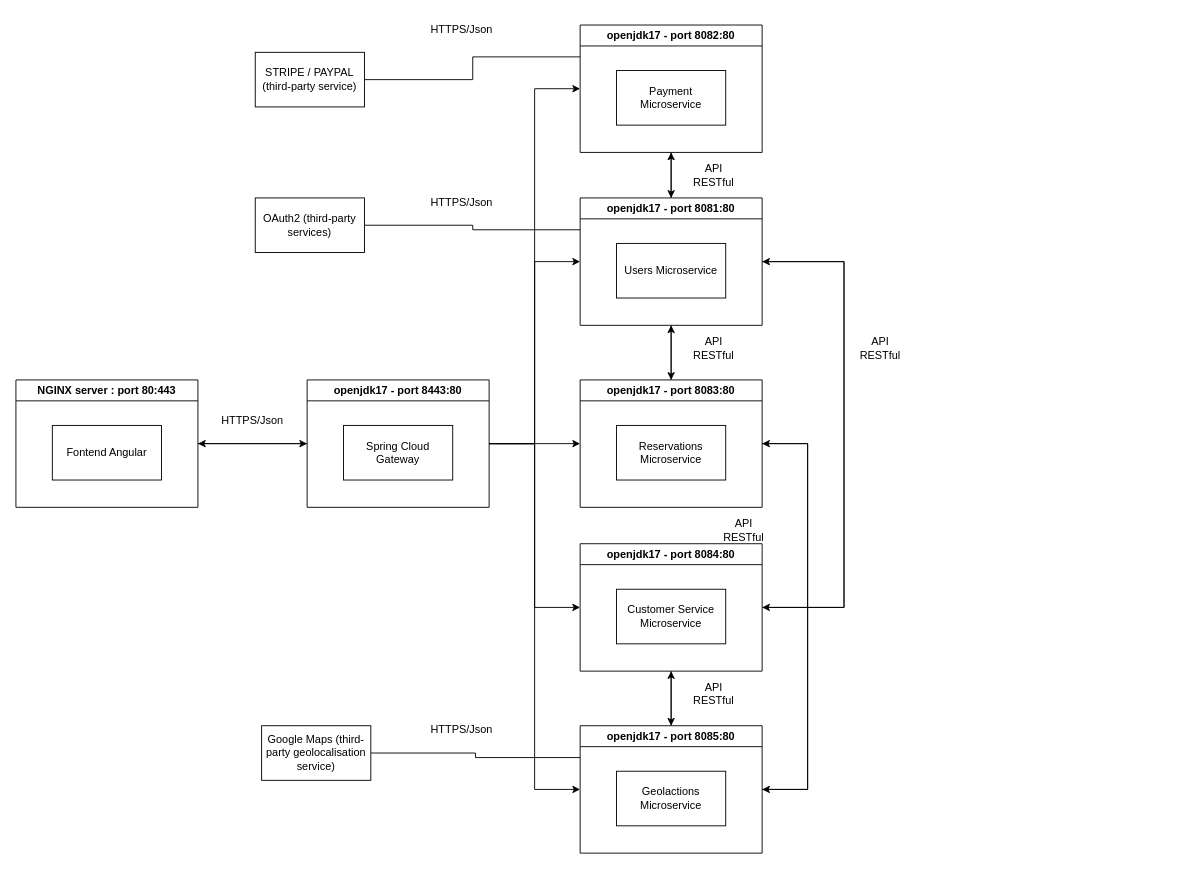
Earlier version of the draw.io diagram Diagramme_component_MS_archi.drawio (TBERT31/P13-YourCarYourWay_MessageApp_JavaAngular). Source tidied: cells renumbered, new cells numbered last; positions are measured from the earlier drawing's top-left corner, leaving out a move shared by most shapes. Both pictures are drawn from the tidied source at 91%, with x=0, y=0 at pixel (15, 15).
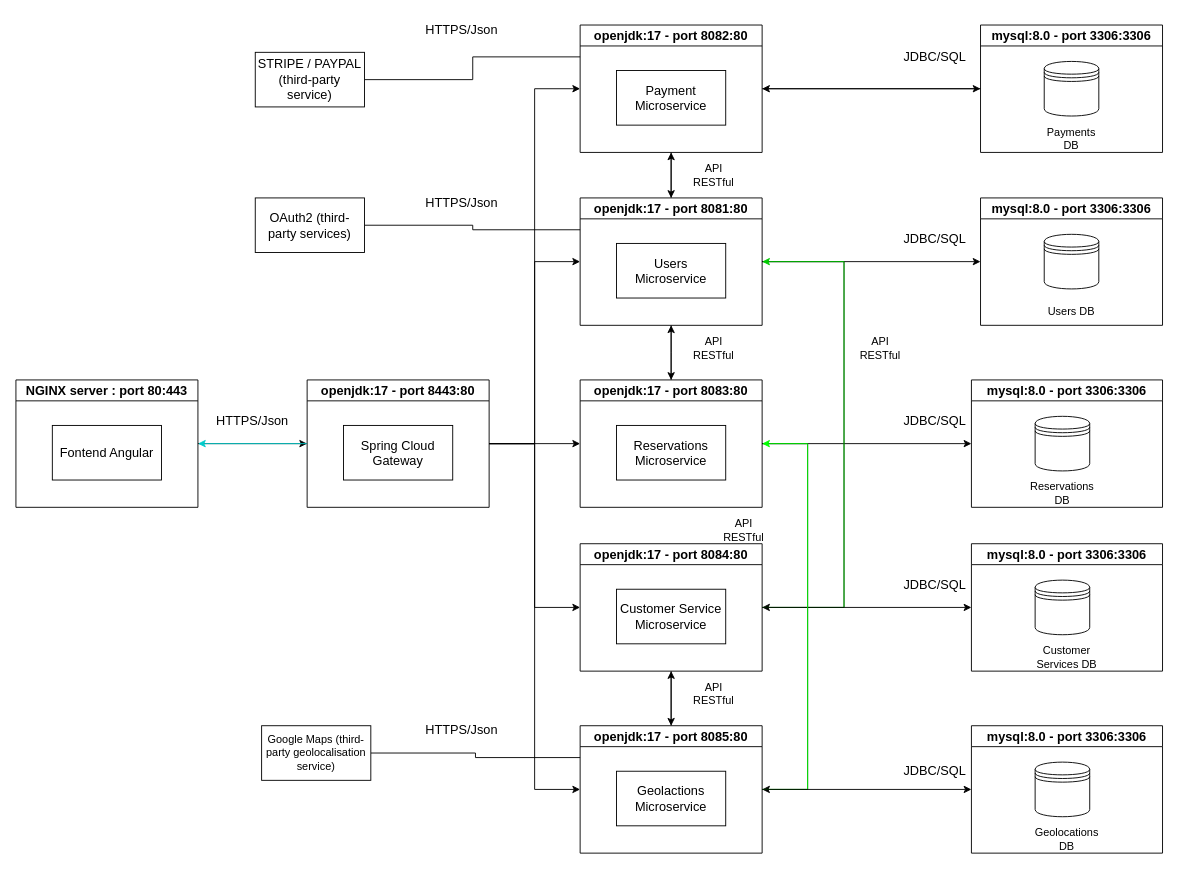
The same diagram, later.

Commit message (it also covers changes not shown here):
Mettre à jour Diagramme_component_MS_archi.drawio

Diff of the diagram source:
```diff
@@
-    <mxCell id="3" value="NGINX server : port 80:443" style="swimlane;whiteSpace=wrap;html=1;" parent="1" vertex="1">
+    <mxCell id="3" value="&lt;font style=&quot;font-size: 14px;&quot;&gt;NGINX server : port 80:443&lt;/font&gt;" style="swimlane;whiteSpace=wrap;html=1;" parent="1" vertex="1">
       <mxGeometry y="400" width="200" height="140" as="geometry" />
     </mxCell>
-    <mxCell id="4" value="Fontend Angular" style="whiteSpace=wrap;html=1;align=center;newEdgeStyle={&quot;edgeStyle&quot;:&quot;elbowEdgeStyle&quot;,&quot;startArrow&quot;:&quot;none&quot;,&quot;endArrow&quot;:&quot;none&quot;};" parent="3" vertex="1">
+    <mxCell id="4" value="&lt;font style=&quot;font-size: 14px;&quot;&gt;Fontend Angular&lt;/font&gt;" style="whiteSpace=wrap;html=1;align=center;newEdgeStyle={&quot;edgeStyle&quot;:&quot;elbowEdgeStyle&quot;,&quot;startArrow&quot;:&quot;none&quot;,&quot;endArrow&quot;:&quot;none&quot;};" parent="3" vertex="1">
       <mxGeometry x="40" y="50" width="120" height="60" as="geometry" />
     </mxCell>
-    <mxCell id="5" style="edgeStyle=orthogonalEdgeStyle;rounded=0;jettySize=auto;html=1;entryX=1;entryY=0.5;entryDx=0;entryDy=0;" parent="1" edge="1" source="11" target="3">
+    <mxCell id="5" style="edgeStyle=orthogonalEdgeStyle;rounded=0;jettySize=auto;html=1;entryX=1;entryY=0.5;entryDx=0;entryDy=0;strokeColor=#00CCCC;" parent="1" edge="1" source="11" target="3">
       <mxGeometry relative="1" as="geometry" />
     </mxCell>
@@
-    <mxCell id="11" value="openjdk17 - port 8443:80" style="swimlane;whiteSpace=wrap;html=1;" parent="1" vertex="1">
+    <mxCell id="11" value="&lt;font style=&quot;font-size: 14px;&quot;&gt;openjdk:17 - port 8443:80&lt;/font&gt;" style="swimlane;whiteSpace=wrap;html=1;" parent="1" vertex="1">
       <mxGeometry x="320" y="400" width="200" height="140" as="geometry" />
     </mxCell>
-    <mxCell id="12" value="Spring Cloud Gateway" style="whiteSpace=wrap;html=1;align=center;newEdgeStyle={&quot;edgeStyle&quot;:&quot;elbowEdgeStyle&quot;,&quot;startArrow&quot;:&quot;none&quot;,&quot;endArrow&quot;:&quot;none&quot;};" parent="11" vertex="1">
+    <mxCell id="12" value="&lt;font style=&quot;font-size: 14px;&quot;&gt;Spring Cloud Gateway&lt;/font&gt;" style="whiteSpace=wrap;html=1;align=center;newEdgeStyle={&quot;edgeStyle&quot;:&quot;elbowEdgeStyle&quot;,&quot;startArrow&quot;:&quot;none&quot;,&quot;endArrow&quot;:&quot;none&quot;};" parent="11" vertex="1">
       <mxGeometry x="40" y="50" width="120" height="60" as="geometry" />
     </mxCell>
@@
+    <mxCell id="48" style="edgeStyle=orthogonalEdgeStyle;rounded=0;jettySize=auto;html=1;entryX=0;entryY=0.5;entryDx=0;entryDy=0;" parent="1" edge="1" source="16" target="58">
+      <mxGeometry relative="1" as="geometry" />
+    </mxCell>
-    <mxCell id="16" value="openjdk17 - port 8081:80" style="swimlane;whiteSpace=wrap;html=1;" parent="1" vertex="1">
+    <mxCell id="16" value="&lt;font style=&quot;font-size: 14px;&quot;&gt;openjdk:17 - port 8081:80&lt;/font&gt;" style="swimlane;whiteSpace=wrap;html=1;" parent="1" vertex="1">
       <mxGeometry x="620" y="200" width="200" height="140" as="geometry" />
     </mxCell>
-    <mxCell id="17" value="Users Microservice" style="whiteSpace=wrap;html=1;align=center;newEdgeStyle={&quot;edgeStyle&quot;:&quot;elbowEdgeStyle&quot;,&quot;startArrow&quot;:&quot;none&quot;,&quot;endArrow&quot;:&quot;none&quot;};" parent="16" vertex="1">
+    <mxCell id="17" value="&lt;font style=&quot;font-size: 14px;&quot;&gt;Users Microservice&lt;/font&gt;" style="whiteSpace=wrap;html=1;align=center;newEdgeStyle={&quot;edgeStyle&quot;:&quot;elbowEdgeStyle&quot;,&quot;startArrow&quot;:&quot;none&quot;,&quot;endArrow&quot;:&quot;none&quot;};" parent="16" vertex="1">
       <mxGeometry x="40" y="50" width="120" height="60" as="geometry" />
     </mxCell>
-    <mxCell id="18" value="HTTPS/Json" style="text;html=1;align=center;verticalAlign=middle;whiteSpace=wrap;rounded=0;" parent="1" vertex="1">
+    <mxCell id="18" value="&lt;font style=&quot;font-size: 14px;&quot;&gt;HTTPS/Json&lt;/font&gt;" style="text;html=1;align=center;verticalAlign=middle;whiteSpace=wrap;rounded=0;" parent="1" vertex="1">
       <mxGeometry x="230" y="430" width="60" height="30" as="geometry" />
     </mxCell>
@@
+    <mxCell id="49" style="edgeStyle=orthogonalEdgeStyle;rounded=0;jettySize=auto;html=1;entryX=0;entryY=0.5;entryDx=0;entryDy=0;" parent="1" edge="1" source="20" target="54">
+      <mxGeometry relative="1" as="geometry" />
+    </mxCell>
-    <mxCell id="20" value="openjdk17 - port 8082:80" style="swimlane;whiteSpace=wrap;html=1;" parent="1" vertex="1">
+    <mxCell id="20" value="&lt;font style=&quot;font-size: 14px;&quot;&gt;openjdk:17 - port 8082:80&lt;/font&gt;" style="swimlane;whiteSpace=wrap;html=1;" parent="1" vertex="1">
       <mxGeometry x="620" y="10" width="200" height="140" as="geometry" />
     </mxCell>
-    <mxCell id="21" value="Payment Microservice" style="whiteSpace=wrap;html=1;align=center;newEdgeStyle={&quot;edgeStyle&quot;:&quot;elbowEdgeStyle&quot;,&quot;startArrow&quot;:&quot;none&quot;,&quot;endArrow&quot;:&quot;none&quot;};" parent="20" vertex="1">
+    <mxCell id="21" value="&lt;font style=&quot;font-size: 14px;&quot;&gt;Payment Microservice&lt;/font&gt;" style="whiteSpace=wrap;html=1;align=center;newEdgeStyle={&quot;edgeStyle&quot;:&quot;elbowEdgeStyle&quot;,&quot;startArrow&quot;:&quot;none&quot;,&quot;endArrow&quot;:&quot;none&quot;};" parent="20" vertex="1">
       <mxGeometry x="40" y="50" width="120" height="60" as="geometry" />
     </mxCell>
@@
+    <mxCell id="50" style="edgeStyle=orthogonalEdgeStyle;rounded=0;jettySize=auto;html=1;entryX=0;entryY=0.5;entryDx=0;entryDy=0;" parent="1" edge="1" source="24" target="62">
+      <mxGeometry relative="1" as="geometry" />
+    </mxCell>
-    <mxCell id="24" value="openjdk17 - port 8083:80" style="swimlane;whiteSpace=wrap;html=1;" parent="1" vertex="1">
+    <mxCell id="24" value="&lt;font style=&quot;font-size: 14px;&quot;&gt;openjdk:17 - port 8083:80&lt;/font&gt;" style="swimlane;whiteSpace=wrap;html=1;" parent="1" vertex="1">
       <mxGeometry x="620" y="400" width="200" height="140" as="geometry" />
     </mxCell>
-    <mxCell id="25" value="Reservations Microservice" style="whiteSpace=wrap;html=1;align=center;newEdgeStyle={&quot;edgeStyle&quot;:&quot;elbowEdgeStyle&quot;,&quot;startArrow&quot;:&quot;none&quot;,&quot;endArrow&quot;:&quot;none&quot;};" parent="24" vertex="1">
+    <mxCell id="25" value="&lt;font style=&quot;font-size: 14px;&quot;&gt;Reservations Microservice&lt;/font&gt;" style="whiteSpace=wrap;html=1;align=center;newEdgeStyle={&quot;edgeStyle&quot;:&quot;elbowEdgeStyle&quot;,&quot;startArrow&quot;:&quot;none&quot;,&quot;endArrow&quot;:&quot;none&quot;};" parent="24" vertex="1">
       <mxGeometry x="40" y="50" width="120" height="60" as="geometry" />
     </mxCell>
@@
-    <mxCell id="27" style="edgeStyle=orthogonalEdgeStyle;rounded=0;jettySize=auto;html=1;entryX=1;entryY=0.5;entryDx=0;entryDy=0;" parent="1" edge="1" source="28" target="16">
+    <mxCell id="27" style="edgeStyle=orthogonalEdgeStyle;rounded=0;jettySize=auto;html=1;entryX=1;entryY=0.5;entryDx=0;entryDy=0;strokeColor=#00CC00;" parent="1" edge="1" source="28" target="16">
       <mxGeometry relative="1" as="geometry">
         <Array as="points">
           <mxPoint x="910" y="650" />
           <mxPoint x="910" y="270" />
         </Array>
       </mxGeometry>
     </mxCell>
+    <mxCell id="51" style="edgeStyle=orthogonalEdgeStyle;rounded=0;jettySize=auto;html=1;entryX=0;entryY=0.5;entryDx=0;entryDy=0;" parent="1" edge="1" source="28" target="66">
+      <mxGeometry relative="1" as="geometry" />
+    </mxCell>
-    <mxCell id="28" value="openjdk17 - port 8084:80" style="swimlane;whiteSpace=wrap;html=1;" parent="1" vertex="1">
+    <mxCell id="28" value="&lt;font style=&quot;font-size: 14px;&quot;&gt;openjdk:17 - port 8084:80&lt;/font&gt;" style="swimlane;whiteSpace=wrap;html=1;" parent="1" vertex="1">
       <mxGeometry x="620" y="580" width="200" height="140" as="geometry" />
     </mxCell>
-    <mxCell id="29" value="Customer Service Microservice" style="whiteSpace=wrap;html=1;align=center;newEdgeStyle={&quot;edgeStyle&quot;:&quot;elbowEdgeStyle&quot;,&quot;startArrow&quot;:&quot;none&quot;,&quot;endArrow&quot;:&quot;none&quot;};" parent="28" vertex="1">
+    <mxCell id="29" value="&lt;font style=&quot;font-size: 14px;&quot;&gt;Customer Service Microservice&lt;/font&gt;" style="whiteSpace=wrap;html=1;align=center;newEdgeStyle={&quot;edgeStyle&quot;:&quot;elbowEdgeStyle&quot;,&quot;startArrow&quot;:&quot;none&quot;,&quot;endArrow&quot;:&quot;none&quot;};" parent="28" vertex="1">
       <mxGeometry x="40" y="50" width="120" height="60" as="geometry" />
     </mxCell>
@@
-    <mxCell id="31" style="edgeStyle=orthogonalEdgeStyle;rounded=0;jettySize=auto;html=1;entryX=1;entryY=0.5;entryDx=0;entryDy=0;" parent="1" edge="1" source="32" target="24">
+    <mxCell id="31" style="edgeStyle=orthogonalEdgeStyle;rounded=0;jettySize=auto;html=1;entryX=1;entryY=0.5;entryDx=0;entryDy=0;strokeColor=#00FF00;" parent="1" edge="1" source="32" target="24">
       <mxGeometry relative="1" as="geometry">
         <Array as="points">
           <mxPoint x="870" y="850" />
           <mxPoint x="870" y="470" />
         </Array>
       </mxGeometry>
     </mxCell>
+    <mxCell id="52" style="edgeStyle=orthogonalEdgeStyle;rounded=0;jettySize=auto;html=1;entryX=0;entryY=0.5;entryDx=0;entryDy=0;" parent="1" edge="1" source="32" target="70">
+      <mxGeometry relative="1" as="geometry" />
+    </mxCell>
-    <mxCell id="32" value="openjdk17 - port 8085:80" style="swimlane;whiteSpace=wrap;html=1;" parent="1" vertex="1">
+    <mxCell id="32" value="&lt;font style=&quot;font-size: 14px;&quot;&gt;openjdk:17 - port 8085:80&lt;/font&gt;" style="swimlane;whiteSpace=wrap;html=1;" parent="1" vertex="1">
       <mxGeometry x="620" y="780" width="200" height="140" as="geometry" />
     </mxCell>
-    <mxCell id="33" value="Geolactions Microservice" style="whiteSpace=wrap;html=1;align=center;newEdgeStyle={&quot;edgeStyle&quot;:&quot;elbowEdgeStyle&quot;,&quot;startArrow&quot;:&quot;none&quot;,&quot;endArrow&quot;:&quot;none&quot;};" parent="32" vertex="1">
+    <mxCell id="33" value="&lt;font style=&quot;font-size: 14px;&quot;&gt;Geolactions Microservice&lt;/font&gt;" style="whiteSpace=wrap;html=1;align=center;newEdgeStyle={&quot;edgeStyle&quot;:&quot;elbowEdgeStyle&quot;,&quot;startArrow&quot;:&quot;none&quot;,&quot;endArrow&quot;:&quot;none&quot;};" parent="32" vertex="1">
       <mxGeometry x="40" y="50" width="120" height="60" as="geometry" />
     </mxCell>
@@
-    <mxCell id="35" value="STRIPE / PAYPAL (third-party service)" style="whiteSpace=wrap;html=1;align=center;newEdgeStyle={&quot;edgeStyle&quot;:&quot;elbowEdgeStyle&quot;,&quot;startArrow&quot;:&quot;none&quot;,&quot;endArrow&quot;:&quot;none&quot;};" parent="1" vertex="1">
+    <mxCell id="35" value="&lt;font style=&quot;font-size: 14px;&quot;&gt;STRIPE / PAYPAL (third-party service)&lt;/font&gt;" style="whiteSpace=wrap;html=1;align=center;newEdgeStyle={&quot;edgeStyle&quot;:&quot;elbowEdgeStyle&quot;,&quot;startArrow&quot;:&quot;none&quot;,&quot;endArrow&quot;:&quot;none&quot;};" parent="1" vertex="1">
       <mxGeometry x="263" y="40" width="120" height="60" as="geometry" />
     </mxCell>
-    <mxCell id="36" value="HTTPS/Json" style="text;html=1;align=center;verticalAlign=middle;whiteSpace=wrap;rounded=0;" parent="1" vertex="1">
+    <mxCell id="36" value="&lt;font style=&quot;font-size: 14px;&quot;&gt;HTTPS/Json&lt;/font&gt;" style="text;html=1;align=center;verticalAlign=middle;whiteSpace=wrap;rounded=0;" parent="1" vertex="1">
       <mxGeometry x="460" width="60" height="30" as="geometry" />
     </mxCell>
@@
-    <mxCell id="38" value="OAuth2 (third-party services)" style="whiteSpace=wrap;html=1;align=center;newEdgeStyle={&quot;edgeStyle&quot;:&quot;elbowEdgeStyle&quot;,&quot;startArrow&quot;:&quot;none&quot;,&quot;endArrow&quot;:&quot;none&quot;};" parent="1" vertex="1">
+    <mxCell id="38" value="&lt;font style=&quot;font-size: 14px;&quot;&gt;OAuth2 (third-party services)&lt;/font&gt;" style="whiteSpace=wrap;html=1;align=center;newEdgeStyle={&quot;edgeStyle&quot;:&quot;elbowEdgeStyle&quot;,&quot;startArrow&quot;:&quot;none&quot;,&quot;endArrow&quot;:&quot;none&quot;};" parent="1" vertex="1">
       <mxGeometry x="263" y="200" width="120" height="60" as="geometry" />
     </mxCell>
-    <mxCell id="39" value="HTTPS/Json" style="text;html=1;align=center;verticalAlign=middle;whiteSpace=wrap;rounded=0;" parent="1" vertex="1">
+    <mxCell id="39" value="&lt;font style=&quot;font-size: 14px;&quot;&gt;HTTPS/Json&lt;/font&gt;" style="text;html=1;align=center;verticalAlign=middle;whiteSpace=wrap;rounded=0;" parent="1" vertex="1">
       <mxGeometry x="460" y="190" width="60" height="30" as="geometry" />
     </mxCell>
@@
-    <mxCell id="42" value="HTTPS/Json" style="text;html=1;align=center;verticalAlign=middle;whiteSpace=wrap;rounded=0;" parent="1" vertex="1">
+    <mxCell id="42" value="&lt;font style=&quot;font-size: 14px;&quot;&gt;HTTPS/Json&lt;/font&gt;" style="text;html=1;align=center;verticalAlign=middle;whiteSpace=wrap;rounded=0;" parent="1" vertex="1">
       <mxGeometry x="460" y="770" width="60" height="30" as="geometry" />
     </mxCell>
@@
+    <mxCell id="53" style="edgeStyle=orthogonalEdgeStyle;rounded=0;jettySize=auto;html=1;entryX=1;entryY=0.5;entryDx=0;entryDy=0;" parent="1" edge="1" source="54" target="20">
+      <mxGeometry relative="1" as="geometry" />
+    </mxCell>
+    <mxCell id="54" value="&lt;font style=&quot;font-size: 14px;&quot;&gt;mysql:8.0 - port 3306:3306&lt;/font&gt;" style="swimlane;whiteSpace=wrap;html=1;" parent="1" vertex="1">
+      <mxGeometry x="1060" y="10" width="200" height="140" as="geometry" />
+    </mxCell>
+    <mxCell id="55" style="shape=datastore;whiteSpace=wrap;html=1;" parent="54" vertex="1">
+      <mxGeometry x="70" y="40" width="60" height="60" as="geometry" />
+    </mxCell>
+    <mxCell id="56" value="Payments DB" style="text;html=1;align=center;verticalAlign=middle;whiteSpace=wrap;rounded=0;" parent="54" vertex="1">
+      <mxGeometry x="70" y="110" width="60" height="30" as="geometry" />
+    </mxCell>
+    <mxCell id="57" value="&lt;font style=&quot;font-size: 14px;&quot;&gt;JDBC/SQL&lt;/font&gt;" style="text;html=1;align=center;verticalAlign=middle;whiteSpace=wrap;rounded=0;" parent="1" vertex="1">
+      <mxGeometry x="980" y="30" width="60" height="30" as="geometry" />
+    </mxCell>
+    <mxCell id="58" value="&lt;font style=&quot;font-size: 14px;&quot;&gt;mysql:8.0 - port 3306:3306&lt;/font&gt;" style="swimlane;whiteSpace=wrap;html=1;" parent="1" vertex="1">
+      <mxGeometry x="1060" y="200" width="200" height="140" as="geometry" />
+    </mxCell>
+    <mxCell id="59" style="shape=datastore;whiteSpace=wrap;html=1;" parent="58" vertex="1">
+      <mxGeometry x="70" y="40" width="60" height="60" as="geometry" />
+    </mxCell>
+    <mxCell id="60" value="Users DB" style="text;html=1;align=center;verticalAlign=middle;whiteSpace=wrap;rounded=0;" parent="58" vertex="1">
+      <mxGeometry x="70" y="110" width="60" height="30" as="geometry" />
+    </mxCell>
+    <mxCell id="61" value="&lt;font style=&quot;font-size: 14px;&quot;&gt;JDBC/SQL&lt;/font&gt;" style="text;html=1;align=center;verticalAlign=middle;whiteSpace=wrap;rounded=0;" parent="1" vertex="1">
+      <mxGeometry x="980" y="230" width="60" height="30" as="geometry" />
+    </mxCell>
+    <mxCell id="62" value="&lt;font style=&quot;font-size: 14px;&quot;&gt;mysql:8.0 - port 3306:3306&lt;/font&gt;" style="swimlane;whiteSpace=wrap;html=1;" parent="1" vertex="1">
+      <mxGeometry x="1050" y="400" width="210" height="140" as="geometry" />
+    </mxCell>
+    <mxCell id="63" style="shape=datastore;whiteSpace=wrap;html=1;" parent="62" vertex="1">
+      <mxGeometry x="70" y="40" width="60" height="60" as="geometry" />
+    </mxCell>
+    <mxCell id="64" value="Reservations DB" style="text;html=1;align=center;verticalAlign=middle;whiteSpace=wrap;rounded=0;" parent="62" vertex="1">
+      <mxGeometry x="70" y="110" width="60" height="30" as="geometry" />
+    </mxCell>
+    <mxCell id="65" value="&lt;font style=&quot;font-size: 14px;&quot;&gt;JDBC/SQL&lt;/font&gt;" style="text;html=1;align=center;verticalAlign=middle;whiteSpace=wrap;rounded=0;" parent="1" vertex="1">
+      <mxGeometry x="980" y="430" width="60" height="30" as="geometry" />
+    </mxCell>
+    <mxCell id="66" value="&lt;font style=&quot;font-size: 14px;&quot;&gt;mysql:8.0 - port 3306:3306&lt;/font&gt;" style="swimlane;whiteSpace=wrap;html=1;" parent="1" vertex="1">
+      <mxGeometry x="1050" y="580" width="210" height="140" as="geometry" />
+    </mxCell>
+    <mxCell id="67" style="shape=datastore;whiteSpace=wrap;html=1;" parent="66" vertex="1">
+      <mxGeometry x="70" y="40" width="60" height="60" as="geometry" />
+    </mxCell>
+    <mxCell id="68" value="Customer Services DB" style="text;html=1;align=center;verticalAlign=middle;whiteSpace=wrap;rounded=0;" parent="66" vertex="1">
+      <mxGeometry x="60" y="110" width="90" height="30" as="geometry" />
+    </mxCell>
+    <mxCell id="69" value="&lt;font style=&quot;font-size: 14px;&quot;&gt;JDBC/SQL&lt;/font&gt;" style="text;html=1;align=center;verticalAlign=middle;whiteSpace=wrap;rounded=0;" parent="1" vertex="1">
+      <mxGeometry x="980" y="610" width="60" height="30" as="geometry" />
+    </mxCell>
+    <mxCell id="70" value="&lt;font style=&quot;font-size: 14px;&quot;&gt;mysql:8.0 - port 3306:3306&lt;/font&gt;" style="swimlane;whiteSpace=wrap;html=1;" parent="1" vertex="1">
+      <mxGeometry x="1050" y="780" width="210" height="140" as="geometry" />
+    </mxCell>
+    <mxCell id="71" style="shape=datastore;whiteSpace=wrap;html=1;" parent="70" vertex="1">
+      <mxGeometry x="70" y="40" width="60" height="60" as="geometry" />
+    </mxCell>
+    <mxCell id="72" value="Geolocations DB" style="text;html=1;align=center;verticalAlign=middle;whiteSpace=wrap;rounded=0;" parent="70" vertex="1">
+      <mxGeometry x="60" y="110" width="90" height="30" as="geometry" />
+    </mxCell>
+    <mxCell id="73" value="&lt;font style=&quot;font-size: 14px;&quot;&gt;JDBC/SQL&lt;/font&gt;" style="text;html=1;align=center;verticalAlign=middle;whiteSpace=wrap;rounded=0;" parent="1" vertex="1">
+      <mxGeometry x="980" y="815" width="60" height="30" as="geometry" />
+    </mxCell>
```
